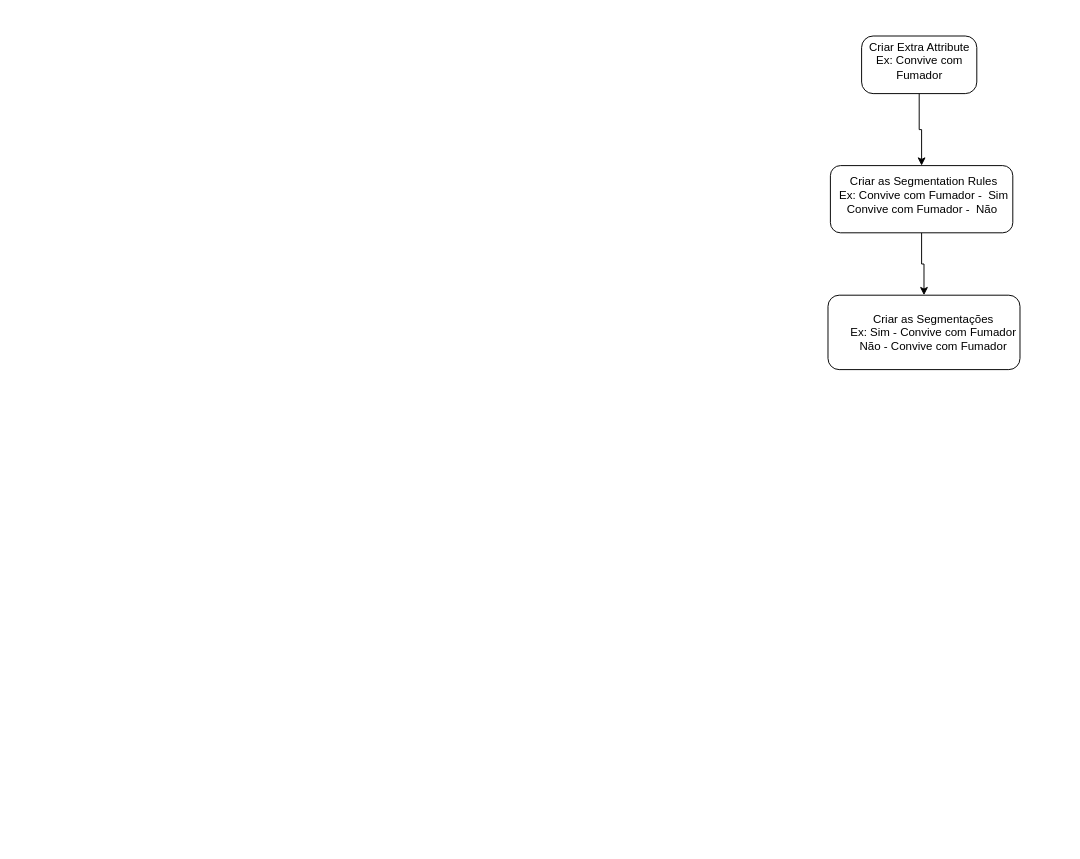
This is Untitled Diagram.drawio from hortencialves/gitparainiciantes, a draw.io file, before an edit. Source tidied: cells renumbered, new cells numbered last; positions are measured from the earlier drawing's top-left corner, leaving out a move shared by most shapes. Both pictures are drawn from the tidied source at 96%, with x=0, y=0 at pixel (784, 28).
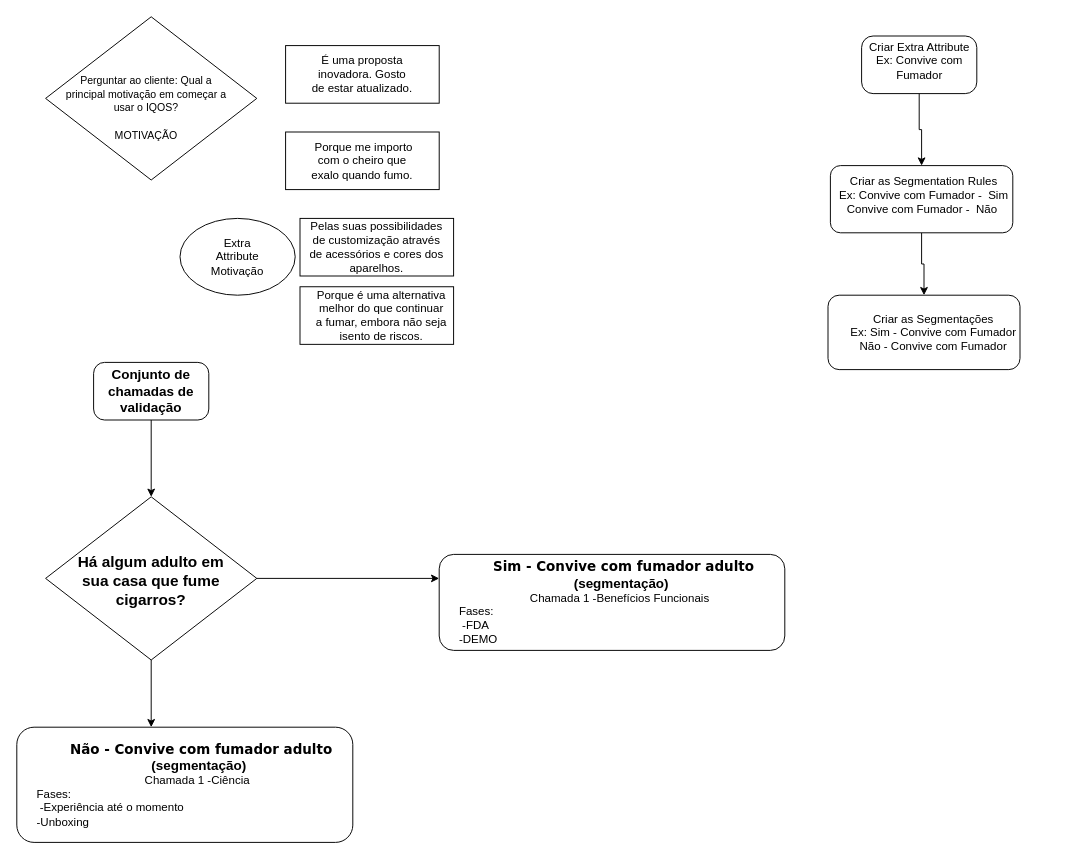
The same page after the edit.

The edit, as a diff of the source:
```diff
@@
+    <mxCell id="10" style="edgeStyle=orthogonalEdgeStyle;rounded=0;jettySize=auto;html=1;exitX=0.5;exitY=1;exitDx=0;exitDy=0;entryX=0.5;entryY=0;entryDx=0;entryDy=0;" parent="1" edge="1" source="11" target="25">
+      <mxGeometry relative="1" as="geometry" />
+    </mxCell>
+    <mxCell id="11" style="rounded=1;whiteSpace=wrap;html=1;arcSize=19;" parent="1" vertex="1">
+      <mxGeometry x="-720" y="348" width="120" height="60" as="geometry" />
+    </mxCell>
+    <mxCell id="12" style="rounded=0;whiteSpace=wrap;html=1;" parent="1" vertex="1">
+      <mxGeometry x="-505" y="269.2" width="160" height="60" as="geometry" />
+    </mxCell>
+    <mxCell id="13" style="rounded=0;whiteSpace=wrap;html=1;" parent="1" vertex="1">
+      <mxGeometry x="-505" y="198" width="160" height="60" as="geometry" />
+    </mxCell>
+    <mxCell id="14" style="rounded=0;whiteSpace=wrap;html=1;" parent="1" vertex="1">
+      <mxGeometry x="-520" y="108" width="160" height="60" as="geometry" />
+    </mxCell>
@@
+    <mxCell id="15" style="rhombus;whiteSpace=wrap;html=1;" parent="1" vertex="1">
+      <mxGeometry x="-770" y="-12" width="220" height="170" as="geometry" />
+    </mxCell>
+    <mxCell id="16" value="&lt;span style=&quot;background-color: rgb(255 , 255 , 255)&quot;&gt;&lt;font style=&quot;font-size: 11px&quot;&gt;Perguntar ao cliente: Qual a principal motivação em começar a usar o IQOS?&lt;br&gt;&lt;br&gt;MOTIVAÇÃO&lt;br&gt;&lt;/font&gt;&lt;/span&gt;" style="text;html=1;strokeColor=none;fillColor=none;align=center;verticalAlign=middle;whiteSpace=wrap;rounded=0;" parent="1" vertex="1">
+      <mxGeometry x="-750" y="78" width="170" height="10" as="geometry" />
+    </mxCell>
+    <mxCell id="17" style="rounded=0;whiteSpace=wrap;html=1;" parent="1" vertex="1">
+      <mxGeometry x="-520" y="18" width="160" height="60" as="geometry" />
+    </mxCell>
+    <mxCell id="18" value="É uma proposta inovadora. Gosto de estar atualizado." style="text;html=1;strokeColor=none;fillColor=none;align=center;verticalAlign=middle;whiteSpace=wrap;rounded=0;" parent="1" vertex="1">
+      <mxGeometry x="-495" y="38" width="110" height="20" as="geometry" />
+    </mxCell>
+    <mxCell id="19" value="Pelas suas possibilidades de customização através de acessórios e cores dos aparelhos." style="text;html=1;strokeColor=none;fillColor=none;align=center;verticalAlign=middle;whiteSpace=wrap;rounded=0;" parent="1" vertex="1">
+      <mxGeometry x="-500" y="218" width="150" height="20" as="geometry" />
+    </mxCell>
+    <mxCell id="20" value="&amp;nbsp;Porque me importo com o cheiro que exalo quando fumo." style="text;html=1;strokeColor=none;fillColor=none;align=center;verticalAlign=middle;whiteSpace=wrap;rounded=0;" parent="1" vertex="1">
+      <mxGeometry x="-500" y="128" width="120" height="20" as="geometry" />
+    </mxCell>
+    <mxCell id="21" value="Porque é uma alternativa melhor do que continuar a fumar, embora não seja isento de riscos." style="text;html=1;strokeColor=none;fillColor=none;align=center;verticalAlign=middle;whiteSpace=wrap;rounded=0;" parent="1" vertex="1">
+      <mxGeometry x="-490" y="289.2" width="140" height="20" as="geometry" />
+    </mxCell>
+    <mxCell id="22" style="ellipse;whiteSpace=wrap;html=1;" parent="1" vertex="1">
+      <mxGeometry x="-630" y="198" width="120" height="80" as="geometry" />
+    </mxCell>
+    <mxCell id="23" value="Extra Attribute Motivação" style="text;html=1;strokeColor=none;fillColor=none;align=center;verticalAlign=middle;whiteSpace=wrap;rounded=0;" parent="1" vertex="1">
+      <mxGeometry x="-590" y="228" width="40" height="20" as="geometry" />
+    </mxCell>
+    <mxCell id="24" style="edgeStyle=orthogonalEdgeStyle;rounded=0;jettySize=auto;html=1;exitX=0.5;exitY=1;exitDx=0;exitDy=0;entryX=0.4;entryY=0;entryDx=0;entryDy=0;entryPerimeter=0;" parent="1" edge="1" source="25" target="29">
+      <mxGeometry relative="1" as="geometry" />
+    </mxCell>
+    <mxCell id="25" style="rhombus;whiteSpace=wrap;html=1;" parent="1" vertex="1">
+      <mxGeometry x="-770" y="488" width="220" height="170" as="geometry" />
+    </mxCell>
+    <mxCell id="26" style="edgeStyle=orthogonalEdgeStyle;rounded=0;jettySize=auto;html=1;entryX=0;entryY=0.25;entryDx=0;entryDy=0;exitX=1;exitY=0.5;exitDx=0;exitDy=0;" parent="1" edge="1" source="25" target="28">
+      <mxGeometry relative="1" as="geometry" />
+    </mxCell>
+    <mxCell id="27" value="&lt;span style=&quot;box-sizing: inherit ; border-width: 0px ; border-style: solid ; font-weight: bolder ; font-family: &amp;#34;nunito&amp;#34; , , , , sans-serif ; font-size: medium ; background-color: rgb(255 , 255 , 255)&quot;&gt;&lt;br class=&quot;Apple-interchange-newline&quot;&gt;Há algum adulto em sua casa que fume cigarros?&lt;/span&gt;&lt;span style=&quot;background-color: rgb(255 , 255 , 255)&quot;&gt;&lt;font style=&quot;font-size: 11px&quot;&gt;&lt;br&gt;&lt;br&gt;&lt;/font&gt;&lt;/span&gt;" style="text;html=1;strokeColor=none;fillColor=none;align=center;verticalAlign=middle;whiteSpace=wrap;rounded=0;" parent="1" vertex="1">
+      <mxGeometry x="-745" y="568" width="170" height="10" as="geometry" />
+    </mxCell>
+    <mxCell id="28" style="rounded=1;whiteSpace=wrap;html=1;" parent="1" vertex="1">
+      <mxGeometry x="-360" y="548" width="360" height="100" as="geometry" />
+    </mxCell>
+    <mxCell id="29" style="rounded=1;whiteSpace=wrap;html=1;" parent="1" vertex="1">
+      <mxGeometry x="-800" y="728" width="350" height="120" as="geometry" />
+    </mxCell>
+    <mxCell id="30" value="&lt;div&gt;&lt;font style=&quot;font-size: 14px&quot;&gt;&lt;span style=&quot;background-color: rgb(255 , 255 , 255) ; font-weight: 800&quot;&gt;&lt;font face=&quot;Verdana&quot;&gt;&amp;nbsp;&lt;/font&gt;&lt;/span&gt;&lt;font style=&quot;font-weight: 800&quot;&gt;&lt;font face=&quot;Verdana&quot;&gt;Não - Convive com fumador adulto &lt;/font&gt;(segmentação)&lt;/font&gt;&lt;/font&gt;&lt;/div&gt;&lt;font&gt;&lt;div&gt;&lt;span&gt;Chamada 1 -Ciência&amp;nbsp;&lt;/span&gt;&lt;/div&gt;&lt;div style=&quot;text-align: left&quot;&gt;&lt;font style=&quot;font-size: 12px&quot;&gt;Fases:&lt;/font&gt;&lt;/div&gt;&lt;div style=&quot;text-align: left&quot;&gt;&lt;font style=&quot;font-size: 12px&quot;&gt;&amp;nbsp;-Experiência até o momento&amp;nbsp;&amp;nbsp;&lt;/font&gt;&lt;/div&gt;&lt;div style=&quot;text-align: left&quot;&gt;&lt;font style=&quot;font-size: 12px&quot;&gt;-Unboxing&lt;/font&gt;&lt;/div&gt;&lt;/font&gt;" style="text;html=1;strokeColor=none;fillColor=none;align=center;verticalAlign=middle;whiteSpace=wrap;rounded=0;" parent="1" vertex="1">
+      <mxGeometry x="-780" y="778" width="340" height="20" as="geometry" />
+    </mxCell>
+    <mxCell id="31" value="&lt;div&gt;&lt;font style=&quot;font-size: 14px&quot;&gt;&lt;span style=&quot;background-color: rgb(255 , 255 , 255) ; font-weight: 800&quot;&gt;&lt;font face=&quot;Verdana&quot;&gt;&amp;nbsp;Sim&lt;/font&gt;&lt;/span&gt;&lt;font style=&quot;font-weight: 800&quot;&gt;&lt;font face=&quot;Verdana&quot;&gt;&amp;nbsp;- Convive com fumador adulto &lt;/font&gt;(segmentação)&lt;/font&gt;&lt;/font&gt;&lt;/div&gt;&lt;font&gt;&lt;div&gt;&lt;span&gt;Chamada 1 -Benefícios Funcionais&amp;nbsp;&lt;/span&gt;&lt;/div&gt;&lt;div style=&quot;text-align: left&quot;&gt;&lt;font style=&quot;font-size: 12px&quot;&gt;Fases:&lt;/font&gt;&lt;/div&gt;&lt;div style=&quot;text-align: left&quot;&gt;&lt;font style=&quot;font-size: 12px&quot;&gt;&amp;nbsp;-FDA&amp;nbsp;&amp;nbsp;&lt;/font&gt;&lt;/div&gt;&lt;div style=&quot;text-align: left&quot;&gt;&lt;font style=&quot;font-size: 12px&quot;&gt;-DEMO&lt;/font&gt;&lt;/div&gt;&lt;/font&gt;" style="text;html=1;strokeColor=none;fillColor=none;align=center;verticalAlign=middle;whiteSpace=wrap;rounded=0;" parent="1" vertex="1">
+      <mxGeometry x="-340" y="588" width="340" height="20" as="geometry" />
+    </mxCell>
+    <mxCell id="32" value="&lt;h3&gt;Conjunto de chamadas de validação&lt;/h3&gt;" style="text;html=1;strokeColor=none;fillColor=none;align=center;verticalAlign=middle;whiteSpace=wrap;rounded=0;" parent="1" vertex="1">
+      <mxGeometry x="-708.8" y="368" width="97.5" height="20" as="geometry" />
+    </mxCell>
```
